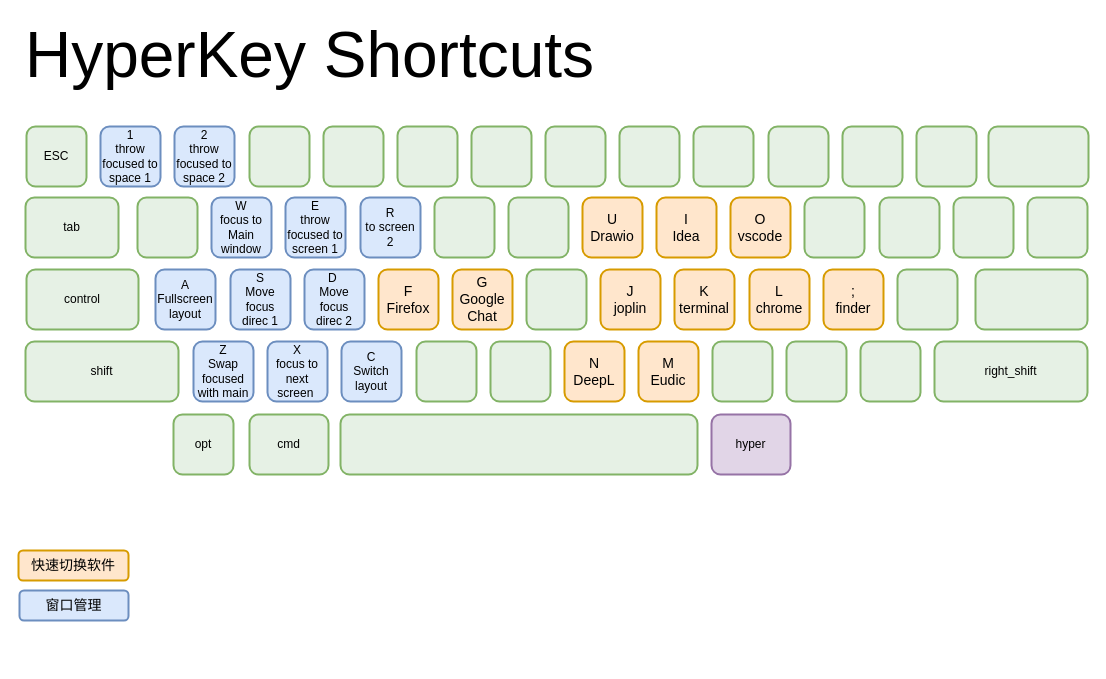
Earlier version of the draw.io diagram HyperKey/hyperkey-shortcuts.drawio (LintaoAmons/VimEverywhere). Source tidied: cells renumbered, new cells numbered last; positions are measured from the earlier drawing's top-left corner, leaving out a move shared by most shapes. Both pictures are drawn from the tidied source at 100%, with x=0, y=0 at pixel (18, 40).
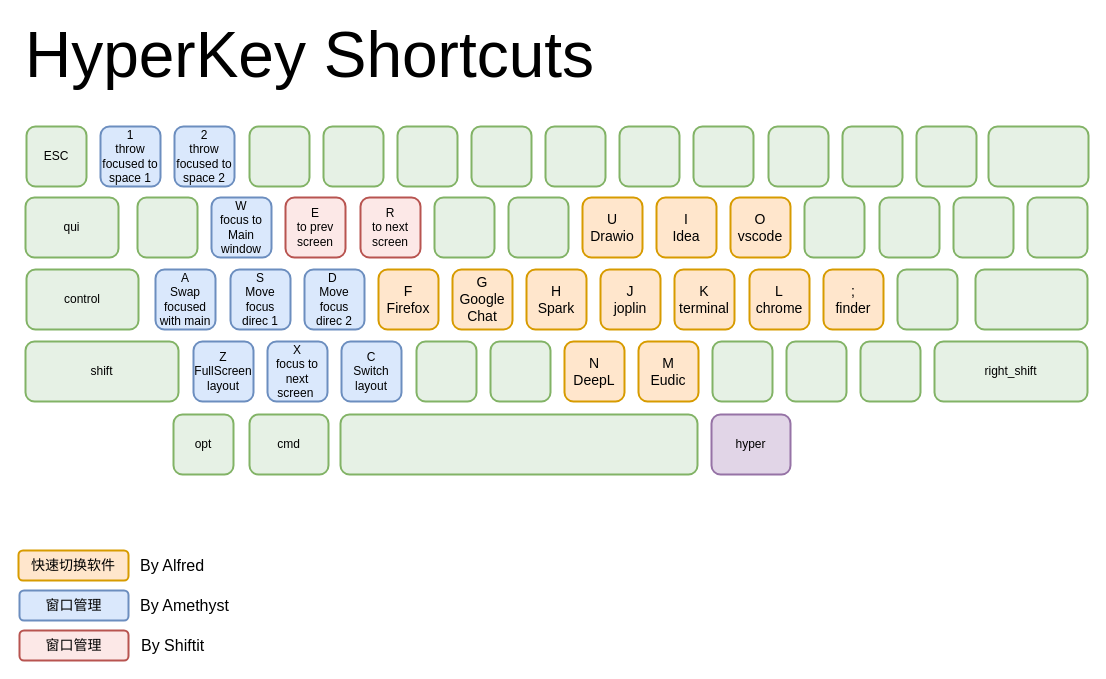
After the change.

The edit, as a diff of the source:
```diff
@@
-    <mxCell id="18" value="E&lt;br style=&quot;font-size: 12px;&quot;&gt;throw focused to screen 1" style="rounded=1;whiteSpace=wrap;html=1;strokeWidth=2;fillColor=#dae8fc;strokeColor=#6c8ebf;fontSize=12;" parent="1" vertex="1">
+    <mxCell id="18" value="E&lt;br style=&quot;font-size: 12px;&quot;&gt;to prev&lt;br style=&quot;font-size: 12px;&quot;&gt;screen" style="rounded=1;whiteSpace=wrap;html=1;strokeWidth=2;fillColor=#F8CECC77;strokeColor=#b85450;fontSize=12;" parent="1" vertex="1">
       <mxGeometry x="267" y="157" width="60" height="60" as="geometry" />
     </mxCell>
-    <mxCell id="19" value="R&lt;br style=&quot;font-size: 12px;&quot;&gt;to screen 2" style="rounded=1;whiteSpace=wrap;html=1;strokeWidth=2;fillColor=#dae8fc;strokeColor=#6c8ebf;fontSize=12;" parent="1" vertex="1">
+    <mxCell id="19" value="R&lt;br style=&quot;font-size: 12px;&quot;&gt;to next screen" style="rounded=1;whiteSpace=wrap;html=1;strokeWidth=2;fillColor=#F8CECC77;strokeColor=#b85450;fontSize=12;" parent="1" vertex="1">
       <mxGeometry x="342" y="157" width="60" height="60" as="geometry" />
     </mxCell>
@@
-    <mxCell id="30" value="A&lt;br style=&quot;font-size: 12px;&quot;&gt;Fullscreen&lt;br style=&quot;font-size: 12px;&quot;&gt;layout" style="rounded=1;whiteSpace=wrap;html=1;strokeWidth=2;fillColor=#dae8fc;strokeColor=#6c8ebf;fontSize=12;" parent="1" vertex="1">
+    <mxCell id="30" value="A&lt;br style=&quot;font-size: 12px&quot;&gt;Swap focused with main" style="rounded=1;whiteSpace=wrap;html=1;strokeWidth=2;fillColor=#dae8fc;strokeColor=#6c8ebf;fontSize=12;" parent="1" vertex="1">
       <mxGeometry x="137" y="229" width="60" height="60" as="geometry" />
     </mxCell>
@@
-    <mxCell id="35" style="rounded=1;whiteSpace=wrap;html=1;strokeWidth=2;fillColor=#D5E8D499;strokeColor=#82b366;" parent="1" vertex="1">
+    <mxCell id="35" value="H&lt;br&gt;Spark" style="rounded=1;whiteSpace=wrap;html=1;strokeWidth=2;fillColor=#ffe6cc;strokeColor=#d79b00;fontSize=14;" parent="1" vertex="1">
       <mxGeometry x="508" y="229" width="60" height="60" as="geometry" />
     </mxCell>
@@
-    <mxCell id="40" value="Z&lt;br style=&quot;font-size: 12px;&quot;&gt;Swap focused with main" style="rounded=1;whiteSpace=wrap;html=1;strokeWidth=2;fillColor=#dae8fc;strokeColor=#6c8ebf;fontSize=12;" parent="1" vertex="1">
+    <mxCell id="40" value="Z&lt;br style=&quot;font-size: 12px&quot;&gt;FullScreen&lt;br&gt;layout" style="rounded=1;whiteSpace=wrap;html=1;strokeWidth=2;fillColor=#dae8fc;strokeColor=#6c8ebf;fontSize=12;" parent="1" vertex="1">
       <mxGeometry x="175" y="301" width="60" height="60" as="geometry" />
     </mxCell>
@@
-    <mxCell id="50" value="tab" style="rounded=1;whiteSpace=wrap;html=1;strokeWidth=2;fillColor=#D5E8D499;strokeColor=#82b366;" parent="1" vertex="1">
+    <mxCell id="50" value="qui" style="rounded=1;whiteSpace=wrap;html=1;strokeWidth=2;fillColor=#D5E8D499;strokeColor=#82b366;" parent="1" vertex="1">
       <mxGeometry x="7" y="157" width="93" height="60" as="geometry" />
     </mxCell>
@@
+    <mxCell id="62" value="&lt;span style=&quot;font-size: 16px&quot;&gt;By Alfred&lt;/span&gt;" style="text;html=1;strokeColor=none;fillColor=none;align=left;verticalAlign=middle;whiteSpace=wrap;rounded=0;" parent="1" vertex="1">
+      <mxGeometry x="120" y="515" width="100" height="20" as="geometry" />
+    </mxCell>
+    <mxCell id="63" value="&lt;font style=&quot;font-size: 14px&quot;&gt;窗口管理&lt;/font&gt;" style="rounded=1;whiteSpace=wrap;html=1;strokeWidth=2;fillColor=#F8CECC77;strokeColor=#b85450;fontSize=12;" parent="1" vertex="1">
+      <mxGeometry x="1" y="590" width="109" height="30" as="geometry" />
+    </mxCell>
+    <mxCell id="64" value="&lt;span style=&quot;font-size: 16px&quot;&gt;By Amethyst&lt;/span&gt;" style="text;html=1;strokeColor=none;fillColor=none;align=left;verticalAlign=middle;whiteSpace=wrap;rounded=0;" parent="1" vertex="1">
+      <mxGeometry x="120" y="555" width="131" height="20" as="geometry" />
+    </mxCell>
+    <mxCell id="65" value="&lt;span style=&quot;font-size: 16px&quot;&gt;By Shiftit&lt;/span&gt;" style="text;html=1;strokeColor=none;fillColor=none;align=left;verticalAlign=middle;whiteSpace=wrap;rounded=0;" parent="1" vertex="1">
+      <mxGeometry x="120.5" y="595" width="131" height="20" as="geometry" />
+    </mxCell>
```
